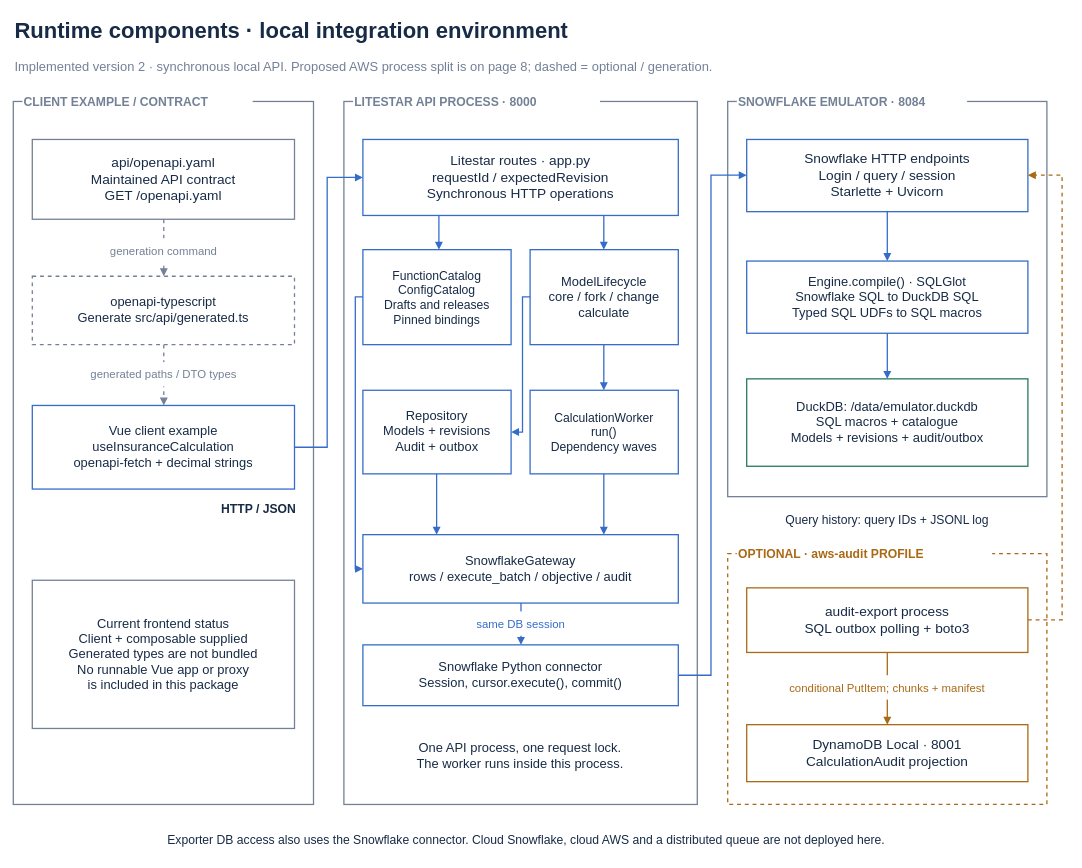
Above: page "04 Components" (4 of 17) of architecture/calculation-architecture.drawio in lumyslinski/pacific-life (draw.io), before the change. Source tidied: cells renumbered, new cells numbered last; positions are measured from the earlier drawing's top-left corner, leaving out a move shared by most shapes. Both pictures are drawn from the tidied source at 76%, with x=0, y=0 at pixel (13, 13).
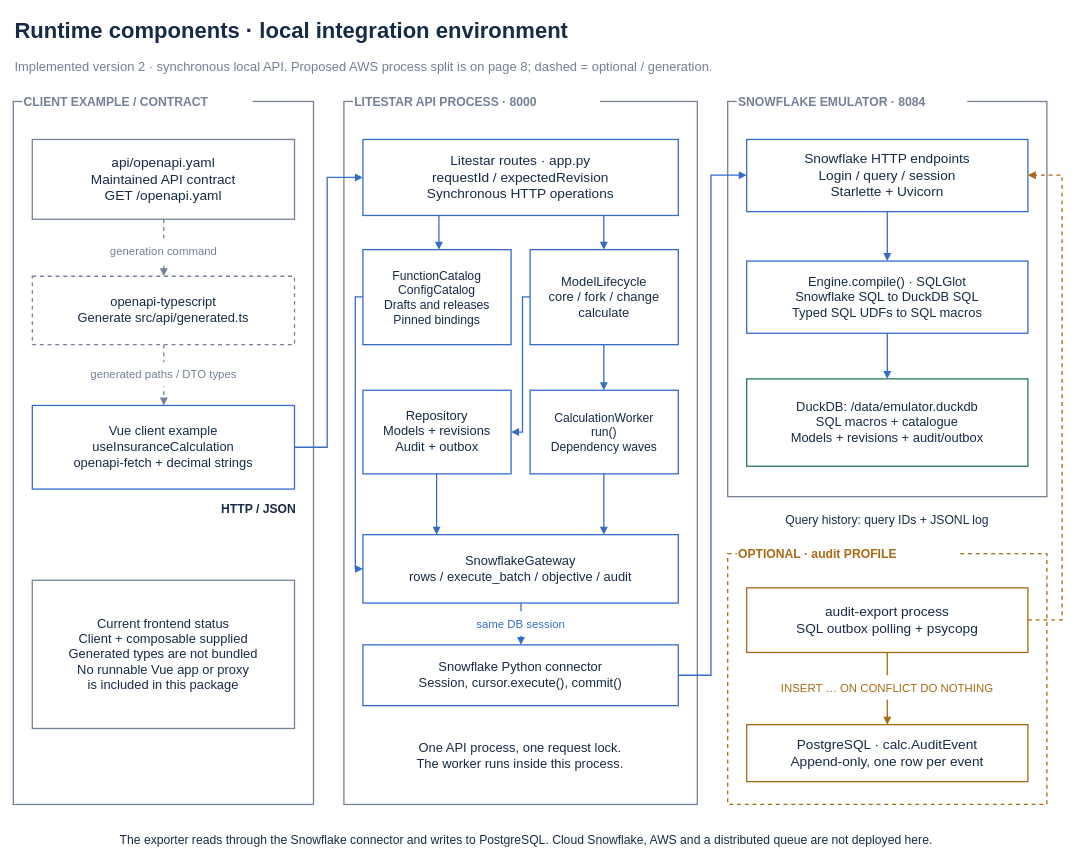
The same page after the edit.

Diff of the diagram source:
```diff
@@
-    <mxCell id="11" value="OPTIONAL · aws-audit PROFILE" style="html=0;fontFamily=Arial;fontColor=#172B46;labelBackgroundColor=#FFFFFF;labelBorderColor=none;text;whiteSpace=wrap;overflow=hidden;fillColor=#FFFFFF;strokeColor=none;align=left;verticalAlign=middle;fontSize=16;fontStyle=1;fontColor=#A96915;" parent="1" vertex="1">
-      <mxGeometry x="952" y="694" width="336" height="34" as="geometry" />
+    <mxCell id="11" value="OPTIONAL · audit PROFILE" style="html=0;fontFamily=Arial;fontColor=#172B46;labelBackgroundColor=#FFFFFF;labelBorderColor=none;text;whiteSpace=wrap;overflow=hidden;fillColor=#FFFFFF;strokeColor=none;align=left;verticalAlign=middle;fontSize=16;fontStyle=1;fontColor=#A96915;" parent="1" vertex="1">
+      <mxGeometry x="952" y="694" width="292" height="34" as="geometry" />
     </mxCell>
@@
-    <mxCell id="61" value="audit-export process&#10;SQL outbox polling + boto3" style="html=0;fontFamily=Arial;fontColor=#172B46;labelBackgroundColor=#FFFFFF;labelBorderColor=none;text;whiteSpace=wrap;overflow=hidden;fillColor=#FFFFFF;strokeColor=none;align=center;verticalAlign=middle;fontSize=18;fontStyle=0;fontColor=#172B46;" parent="1" vertex="1">
+    <mxCell id="61" value="audit-export process&#10;SQL outbox polling + psycopg" style="html=0;fontFamily=Arial;fontColor=#172B46;labelBackgroundColor=#FFFFFF;labelBorderColor=none;text;whiteSpace=wrap;overflow=hidden;fillColor=#FFFFFF;strokeColor=none;align=center;verticalAlign=middle;fontSize=18;fontStyle=0;fontColor=#172B46;" parent="1" vertex="1">
       <mxGeometry x="977" y="766" width="346" height="65" as="geometry" />
     </mxCell>
@@
-    <mxCell id="63" value="DynamoDB Local · 8001&#10;CalculationAudit projection" style="html=0;fontFamily=Arial;fontColor=#172B46;labelBackgroundColor=#FFFFFF;labelBorderColor=none;text;whiteSpace=wrap;overflow=hidden;fillColor=#FFFFFF;strokeColor=none;align=center;verticalAlign=middle;fontSize=18;fontStyle=0;fontColor=#172B46;" parent="1" vertex="1">
+    <mxCell id="63" value="PostgreSQL · calc.AuditEvent&#10;Append-only, one row per event" style="html=0;fontFamily=Arial;fontColor=#172B46;labelBackgroundColor=#FFFFFF;labelBorderColor=none;text;whiteSpace=wrap;overflow=hidden;fillColor=#FFFFFF;strokeColor=none;align=center;verticalAlign=middle;fontSize=18;fontStyle=0;fontColor=#172B46;" parent="1" vertex="1">
       <mxGeometry x="977" y="946" width="346" height="55" as="geometry" />
     </mxCell>
@@
-    <mxCell id="65" value="conditional PutItem; chunks + manifest" style="html=0;fontFamily=Arial;fontColor=#172B46;labelBackgroundColor=#FFFFFF;labelBorderColor=none;text;whiteSpace=wrap;overflow=hidden;fillColor=#FFFFFF;strokeColor=none;align=center;verticalAlign=middle;fontSize=15;fontStyle=0;fontColor=#A96915;" parent="1" vertex="1">
+    <mxCell id="65" value="INSERT … ON CONFLICT DO NOTHING" style="html=0;fontFamily=Arial;fontColor=#172B46;labelBackgroundColor=#FFFFFF;labelBorderColor=none;text;whiteSpace=wrap;overflow=hidden;fillColor=#FFFFFF;strokeColor=none;align=center;verticalAlign=middle;fontSize=15;fontStyle=0;fontColor=#A96915;" parent="1" vertex="1">
       <mxGeometry x="960" y="871" width="380" height="32" as="geometry" />
     </mxCell>
@@
-    <mxCell id="67" value="Exporter DB access also uses the Snowflake connector. Cloud Snowflake, cloud AWS and a distributed queue are not deployed here." style="html=0;fontFamily=Arial;fontColor=#172B46;labelBackgroundColor=#FFFFFF;labelBorderColor=none;text;whiteSpace=wrap;overflow=hidden;fillColor=#FFFFFF;strokeColor=none;align=center;verticalAlign=middle;fontSize=16;fontStyle=0;fontColor=#172B46;" parent="1" vertex="1">
+    <mxCell id="67" value="The exporter reads through the Snowflake connector and writes to PostgreSQL. Cloud Snowflake, AWS and a distributed queue are not deployed here." style="html=0;fontFamily=Arial;fontColor=#172B46;labelBackgroundColor=#FFFFFF;labelBorderColor=none;text;whiteSpace=wrap;overflow=hidden;fillColor=#FFFFFF;strokeColor=none;align=center;verticalAlign=middle;fontSize=16;fontStyle=0;fontColor=#172B46;" parent="1" vertex="1">
       <mxGeometry y="1066" width="1350" height="42" as="geometry" />
     </mxCell>
```
